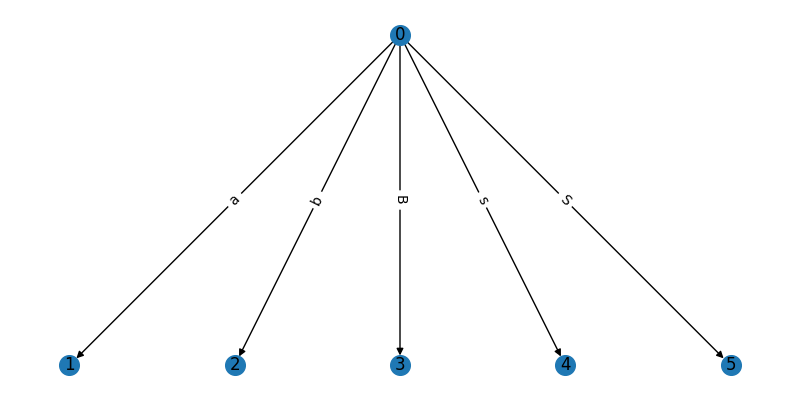
The Graphviz diagram ball1.png in milly-pope/lamplighter, before a commit. Its source is kept beside it as ball1.dot.
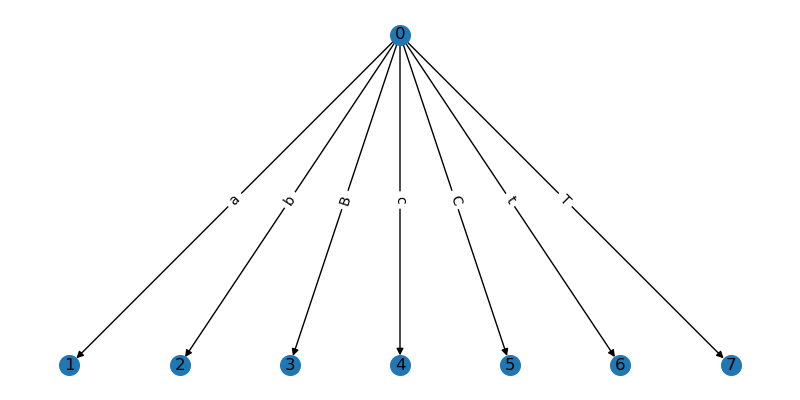
After the change.

What changed in the source:
```diff
@@ -4,11 +4,15 @@
   v1 [label="1|p=0|0:1|d=1"];
   v2 [label="2|p=0|1:1|d=1"];
   v3 [label="3|p=0|1:3|d=1"];
-  v4 [label="4|p=2||d=1"];
-  v5 [label="5|p=-2||d=1"];
+  v4 [label="4|p=0|2:1|d=1"];
+  v5 [label="5|p=0|2:2|d=1"];
+  v6 [label="6|p=3||d=1"];
+  v7 [label="7|p=-3||d=1"];
   v0 -> v1 [label="a"];
   v0 -> v2 [label="b"];
   v0 -> v3 [label="B"];
-  v0 -> v4 [label="s"];
-  v0 -> v5 [label="S"];
+  v0 -> v4 [label="c"];
+  v0 -> v5 [label="C"];
+  v0 -> v6 [label="t"];
+  v0 -> v7 [label="T"];
 }
```
